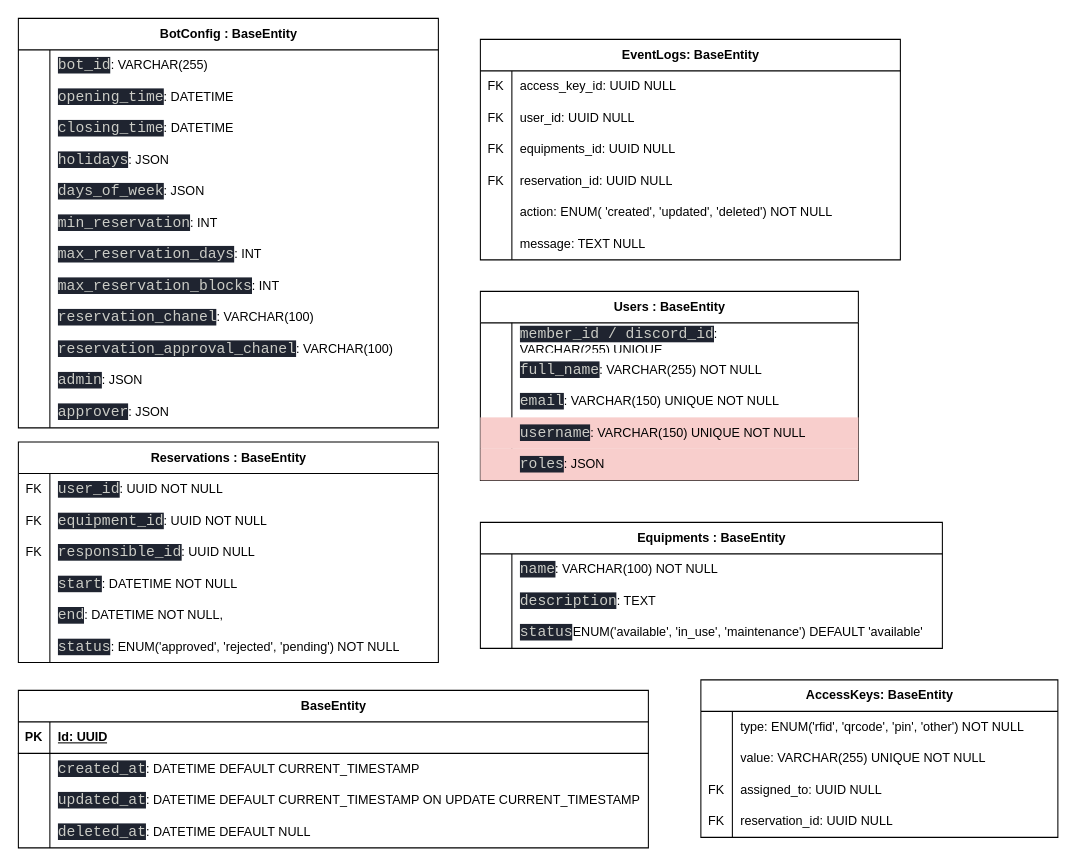
Gustavoss150/IOT-API keeps this draw.io diagram as DER Database.drawio. Above is the earlier version. Source tidied: cells renumbered, new cells numbered last; positions are measured from the earlier drawing's top-left corner, leaving out a move shared by most shapes. Both pictures are drawn from the tidied source at 105%, with x=0, y=0 at pixel (18, 18).
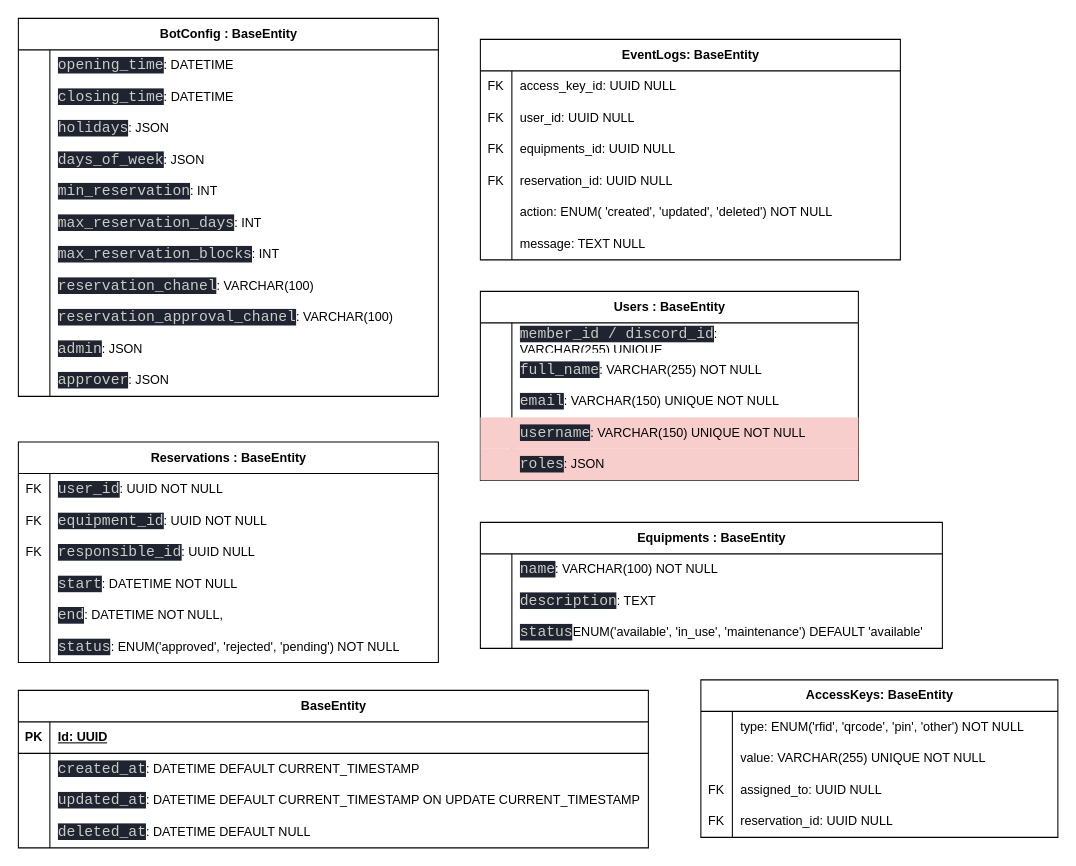
The same diagram, later.

Change to the diagram source:
```diff
@@
     <mxCell id="92" value="BotConfig : BaseEntity" style="shape=table;startSize=30;childLayout=tableLayout;rowLines=0;fontStyle=1;align=center;html=1;" parent="1" vertex="1">
-      <mxGeometry width="400" height="390" as="geometry" />
+      <mxGeometry width="400" height="360" as="geometry" />
     </mxCell>
-    <mxCell id="93" style="shape=tableRow;horizontal=0;startSize=0;swimlaneHead=0;swimlaneBody=0;fillColor=none;top=0;left=0;right=0;bottom=0;" parent="92" vertex="1">
-      <mxGeometry y="30" width="400" height="30" as="geometry" />
-    </mxCell>
-    <mxCell id="94" style="shape=partialRectangle;fillColor=none;top=0;left=0;bottom=0;right=0;overflow=hidden;whiteSpace=wrap;html=1;" parent="93" vertex="1">
-      <mxGeometry width="30" height="30" as="geometry" />
-    </mxCell>
-    <mxCell id="95" value="&lt;span style=&quot;color: rgb(203, 204, 198); background-color: rgb(31, 36, 48); font-family: Consolas, &amp;quot;Courier New&amp;quot;, monospace; font-size: 14px; white-space: pre;&quot;&gt;bot_id&lt;/span&gt;: VARCHAR(255)" style="shape=partialRectangle;fillColor=none;top=0;left=0;bottom=0;right=0;align=left;spacingLeft=6;overflow=hidden;whiteSpace=wrap;html=1;" parent="93" vertex="1">
-      <mxGeometry x="30" width="370" height="30" as="geometry" />
-    </mxCell>
     <mxCell id="96" style="shape=tableRow;horizontal=0;startSize=0;swimlaneHead=0;swimlaneBody=0;fillColor=none;top=0;left=0;right=0;bottom=0;" parent="92" vertex="1">
-      <mxGeometry y="60" width="400" height="30" as="geometry" />
+      <mxGeometry y="30" width="400" height="30" as="geometry" />
     </mxCell>
@@
     <mxCell id="99" style="shape=tableRow;horizontal=0;startSize=0;swimlaneHead=0;swimlaneBody=0;fillColor=none;top=0;left=0;right=0;bottom=0;" parent="92" vertex="1">
-      <mxGeometry y="90" width="400" height="30" as="geometry" />
+      <mxGeometry y="60" width="400" height="30" as="geometry" />
     </mxCell>
@@
     <mxCell id="102" style="shape=tableRow;horizontal=0;startSize=0;swimlaneHead=0;swimlaneBody=0;fillColor=none;top=0;left=0;right=0;bottom=0;" parent="92" vertex="1">
-      <mxGeometry y="120" width="400" height="30" as="geometry" />
+      <mxGeometry y="90" width="400" height="30" as="geometry" />
     </mxCell>
@@
     <mxCell id="105" style="shape=tableRow;horizontal=0;startSize=0;swimlaneHead=0;swimlaneBody=0;fillColor=none;top=0;left=0;right=0;bottom=0;" parent="92" vertex="1">
-      <mxGeometry y="150" width="400" height="30" as="geometry" />
+      <mxGeometry y="120" width="400" height="30" as="geometry" />
     </mxCell>
@@
     <mxCell id="108" style="shape=tableRow;horizontal=0;startSize=0;swimlaneHead=0;swimlaneBody=0;fillColor=none;top=0;left=0;right=0;bottom=0;" parent="92" vertex="1">
-      <mxGeometry y="180" width="400" height="30" as="geometry" />
+      <mxGeometry y="150" width="400" height="30" as="geometry" />
     </mxCell>
@@
     <mxCell id="111" style="shape=tableRow;horizontal=0;startSize=0;swimlaneHead=0;swimlaneBody=0;fillColor=none;top=0;left=0;right=0;bottom=0;" parent="92" vertex="1">
-      <mxGeometry y="210" width="400" height="30" as="geometry" />
+      <mxGeometry y="180" width="400" height="30" as="geometry" />
     </mxCell>
@@
     <mxCell id="114" style="shape=tableRow;horizontal=0;startSize=0;swimlaneHead=0;swimlaneBody=0;fillColor=none;top=0;left=0;right=0;bottom=0;" parent="92" vertex="1">
-      <mxGeometry y="240" width="400" height="30" as="geometry" />
+      <mxGeometry y="210" width="400" height="30" as="geometry" />
     </mxCell>
@@
     <mxCell id="117" style="shape=tableRow;horizontal=0;startSize=0;swimlaneHead=0;swimlaneBody=0;fillColor=none;top=0;left=0;right=0;bottom=0;" parent="92" vertex="1">
-      <mxGeometry y="270" width="400" height="30" as="geometry" />
+      <mxGeometry y="240" width="400" height="30" as="geometry" />
     </mxCell>
@@
     <mxCell id="120" style="shape=tableRow;horizontal=0;startSize=0;swimlaneHead=0;swimlaneBody=0;fillColor=none;top=0;left=0;right=0;bottom=0;" parent="92" vertex="1">
-      <mxGeometry y="300" width="400" height="30" as="geometry" />
+      <mxGeometry y="270" width="400" height="30" as="geometry" />
     </mxCell>
@@
     <mxCell id="123" style="shape=tableRow;horizontal=0;startSize=0;swimlaneHead=0;swimlaneBody=0;fillColor=none;top=0;left=0;right=0;bottom=0;" parent="92" vertex="1">
-      <mxGeometry y="330" width="400" height="30" as="geometry" />
+      <mxGeometry y="300" width="400" height="30" as="geometry" />
     </mxCell>
@@
     <mxCell id="126" style="shape=tableRow;horizontal=0;startSize=0;swimlaneHead=0;swimlaneBody=0;fillColor=none;top=0;left=0;right=0;bottom=0;" parent="92" vertex="1">
-      <mxGeometry y="360" width="400" height="30" as="geometry" />
+      <mxGeometry y="330" width="400" height="30" as="geometry" />
     </mxCell>
```
